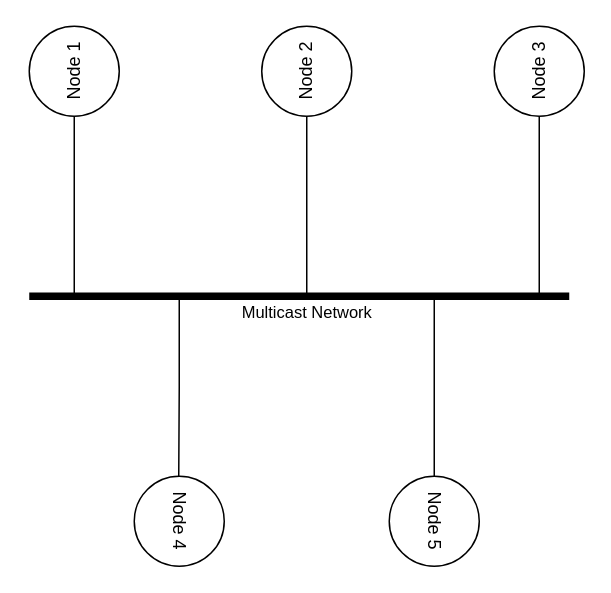
The draw.io diagram Documentation/Graphs/Five Nodes Multicast.drawio in aniemela-cloud/uh-ds-g9-project, before the edit. Source tidied: cells renumbered, new cells numbered last; positions are measured from the earlier drawing's top-left corner, leaving out a move shared by most shapes. Both pictures are drawn from the tidied source at 150%, with x=0, y=0 at pixel (28, 26).
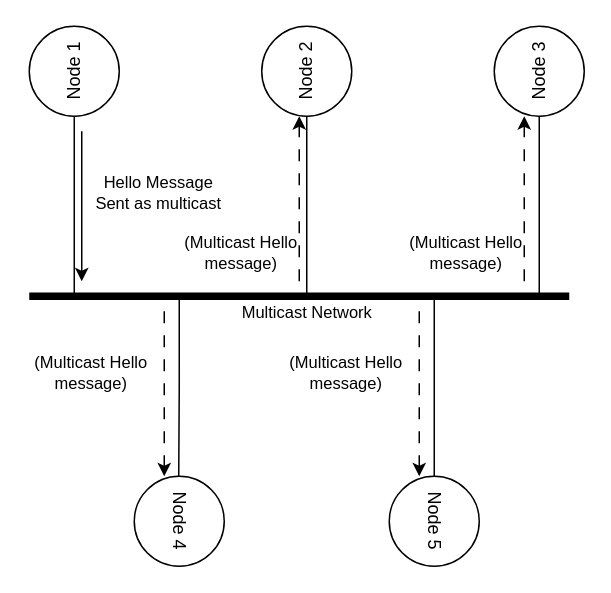
The same page after the edit.

Unchanged cells that the change refers to:
```xml
<mxCell id="10" style="group;rotation=-180;" parent="1" vertex="1">
  <mxGeometry x="70" y="180" width="60" height="180" as="geometry" />
</mxCell>
<mxCell id="13" style="group;rotation=-180;" parent="1" vertex="1">
  <mxGeometry x="240" y="180" width="60" height="180" as="geometry" />
</mxCell>
```

What changed in the source:
```diff
@@
+    <mxCell id="16" style="endArrow=classic;html=1;rounded=0;defaultLabelBackgroundColor=page;dashed=1;dashPattern=8 8;" parent="10" edge="1">
+      <mxGeometry relative="1" as="geometry">
+        <mxPoint x="20" y="10" as="sourcePoint" />
+        <mxPoint x="20" y="120" as="targetPoint" />
+      </mxGeometry>
+    </mxCell>
+    <mxCell id="17" value="&lt;div&gt;(Multicast Hello&lt;/div&gt;&lt;div&gt;message)&lt;/div&gt;" style="edgeLabel;html=1;align=center;verticalAlign=middle;inheritText=1;defaultLabelBackgroundColor=page;" parent="16" vertex="1">
+      <mxGeometry x="-0.27" y="-4" relative="1" as="geometry">
+        <mxPoint x="-46" as="offset" />
+      </mxGeometry>
+    </mxCell>
@@
+    <mxCell id="18" style="endArrow=classic;html=1;rounded=0;defaultLabelBackgroundColor=page;dashed=1;dashPattern=8 8;" parent="13" edge="1">
+      <mxGeometry relative="1" as="geometry">
+        <mxPoint x="20" y="10" as="sourcePoint" />
+        <mxPoint x="20" y="120" as="targetPoint" />
+      </mxGeometry>
+    </mxCell>
+    <mxCell id="19" value="&lt;div&gt;(Multicast Hello&lt;/div&gt;&lt;div&gt;message)&lt;/div&gt;" style="edgeLabel;html=1;align=center;verticalAlign=middle;inheritText=1;defaultLabelBackgroundColor=page;" parent="18" vertex="1">
+      <mxGeometry x="-0.27" y="-4" relative="1" as="geometry">
+        <mxPoint x="-46" as="offset" />
+      </mxGeometry>
+    </mxCell>
+    <mxCell id="20" style="endArrow=classic;html=1;rounded=0;defaultLabelBackgroundColor=page;" parent="1" edge="1">
+      <mxGeometry x="-0.56" relative="1" as="geometry">
+        <mxPoint x="35" y="70" as="sourcePoint" />
+        <mxPoint x="35" y="170" as="targetPoint" />
+        <Array as="points">
+          <mxPoint x="35" y="90" />
+          <mxPoint x="35" y="130" />
+        </Array>
+      </mxGeometry>
+    </mxCell>
+    <mxCell id="21" value="&lt;div&gt;Hello Message&lt;/div&gt;&lt;div&gt;Sent as multicast&lt;/div&gt;" style="edgeLabel;html=1;align=center;verticalAlign=middle;inheritText=1;defaultLabelBackgroundColor=page;" parent="20" vertex="1">
+      <mxGeometry x="-0.42" y="2" relative="1" as="geometry">
+        <mxPoint x="48" y="11" as="offset" />
+      </mxGeometry>
+    </mxCell>
+    <mxCell id="22" style="endArrow=classic;html=1;rounded=0;defaultLabelBackgroundColor=page;dashed=1;dashPattern=8 8;" parent="1" edge="1">
+      <mxGeometry relative="1" as="geometry">
+        <mxPoint x="180" y="170" as="sourcePoint" />
+        <mxPoint x="180" y="60" as="targetPoint" />
+      </mxGeometry>
+    </mxCell>
+    <mxCell id="23" value="&lt;div&gt;(Multicast Hello&lt;/div&gt;&lt;div&gt;message)&lt;/div&gt;" style="edgeLabel;html=1;align=center;verticalAlign=middle;inheritText=1;defaultLabelBackgroundColor=page;" parent="22" vertex="1">
+      <mxGeometry x="-0.11" y="1" relative="1" as="geometry">
+        <mxPoint x="-39" y="29" as="offset" />
+      </mxGeometry>
+    </mxCell>
+    <mxCell id="24" style="endArrow=classic;html=1;rounded=0;defaultLabelBackgroundColor=page;dashed=1;dashPattern=8 8;" parent="1" edge="1">
+      <mxGeometry relative="1" as="geometry">
+        <mxPoint x="330" y="170" as="sourcePoint" />
+        <mxPoint x="330" y="60" as="targetPoint" />
+      </mxGeometry>
+    </mxCell>
+    <mxCell id="25" value="&lt;div&gt;(Multicast Hello&lt;/div&gt;&lt;div&gt;message)&lt;/div&gt;" style="edgeLabel;html=1;align=center;verticalAlign=middle;inheritText=1;defaultLabelBackgroundColor=page;" parent="24" vertex="1">
+      <mxGeometry x="-0.11" y="1" relative="1" as="geometry">
+        <mxPoint x="-39" y="29" as="offset" />
+      </mxGeometry>
+    </mxCell>
```
